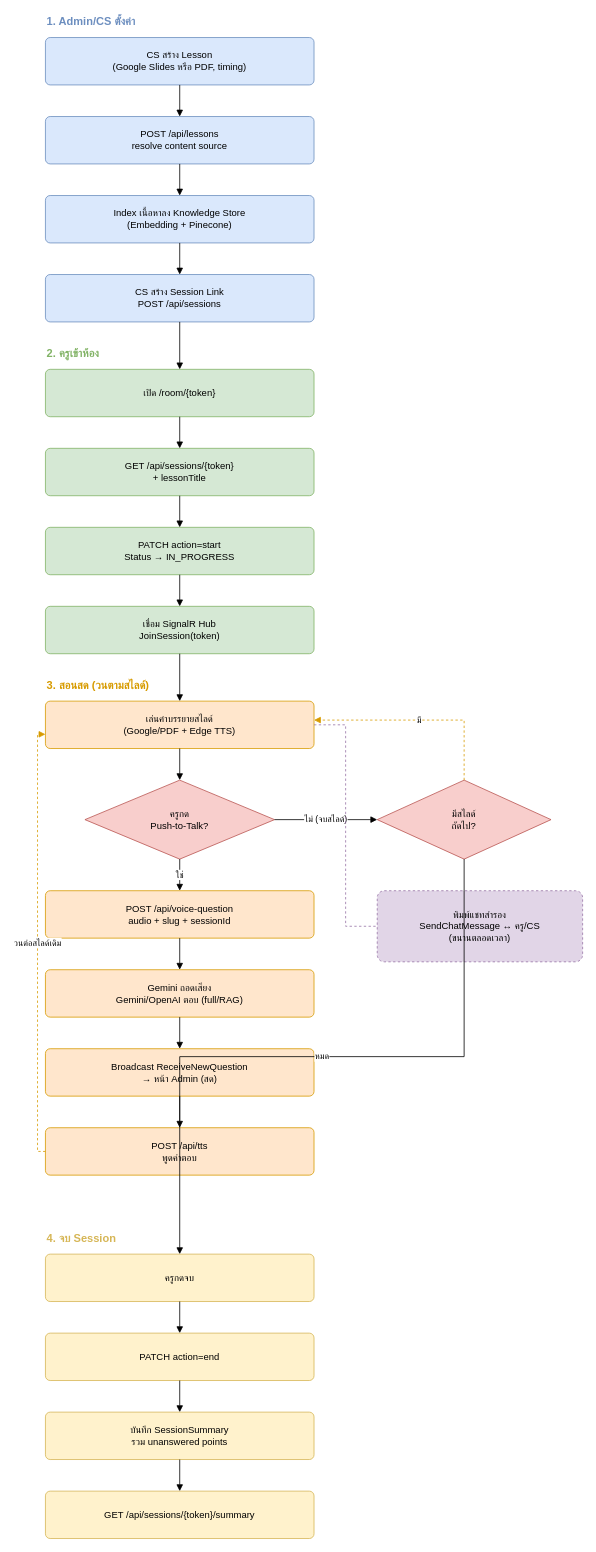
This is backend/docs/WORKFLOW.drawio from Sathaporn24/sb_supportroom, a draw.io file, before an edit. Source tidied: cells renumbered, new cells numbered last; positions are measured from the earlier drawing's top-left corner, leaving out a move shared by most shapes. Both pictures are drawn from the tidied source at 79%, with x=0, y=0 at pixel (45, 13).
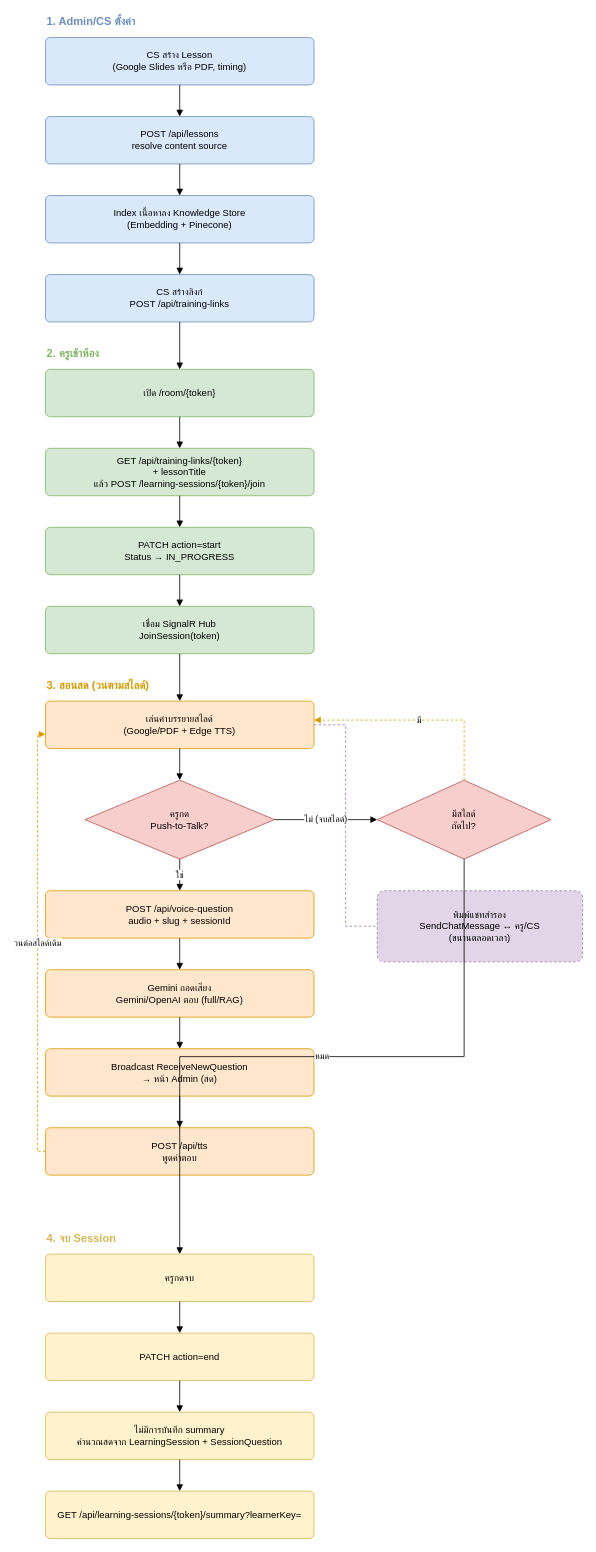
After the change.

What changed in the source:
```diff
@@
-    <mxCell id="9" value="CS สร้าง Session Link&#10;POST /api/sessions" style="rounded=1;whiteSpace=wrap;html=1;fillColor=#dae8fc;strokeColor=#6c8ebf;fontSize=12;arcSize=10;" parent="1" vertex="1">
+    <mxCell id="9" value="CS สร้างลิงก์&#10;POST /api/training-links" style="rounded=1;whiteSpace=wrap;html=1;fillColor=#dae8fc;strokeColor=#6c8ebf;fontSize=12;arcSize=10;" parent="1" vertex="1">
       <mxGeometry y="330" width="340" height="60" as="geometry" />
     </mxCell>
@@
-    <mxCell id="11" value="GET /api/sessions/{token}&#10;+ lessonTitle" style="rounded=1;whiteSpace=wrap;html=1;fillColor=#d5e8d4;strokeColor=#82b366;fontSize=12;arcSize=10;" parent="1" vertex="1">
+    <mxCell id="11" value="GET /api/training-links/{token}&#10;+ lessonTitle&#10;แล้ว POST /learning-sessions/{token}/join" style="rounded=1;whiteSpace=wrap;html=1;fillColor=#d5e8d4;strokeColor=#82b366;fontSize=12;arcSize=10;" parent="1" vertex="1">
       <mxGeometry y="550" width="340" height="60" as="geometry" />
     </mxCell>
@@
-    <mxCell id="24" value="บันทึก SessionSummary&#10;รวม unanswered points" style="rounded=1;whiteSpace=wrap;html=1;fillColor=#fff2cc;strokeColor=#d6b656;fontSize=12;arcSize=10;" parent="1" vertex="1">
+    <mxCell id="24" value="ไม่มีการบันทึก summary&#10;คำนวณสดจาก LearningSession + SessionQuestion" style="rounded=1;whiteSpace=wrap;html=1;fillColor=#fff2cc;strokeColor=#d6b656;fontSize=12;arcSize=10;" parent="1" vertex="1">
       <mxGeometry y="1770" width="340" height="60" as="geometry" />
     </mxCell>
-    <mxCell id="25" value="GET /api/sessions/{token}/summary" style="rounded=1;whiteSpace=wrap;html=1;fillColor=#fff2cc;strokeColor=#d6b656;fontSize=12;arcSize=10;" parent="1" vertex="1">
+    <mxCell id="25" value="GET /api/learning-sessions/{token}/summary?learnerKey=" style="rounded=1;whiteSpace=wrap;html=1;fillColor=#fff2cc;strokeColor=#d6b656;fontSize=12;arcSize=10;" parent="1" vertex="1">
       <mxGeometry y="1870" width="340" height="60" as="geometry" />
     </mxCell>
```
